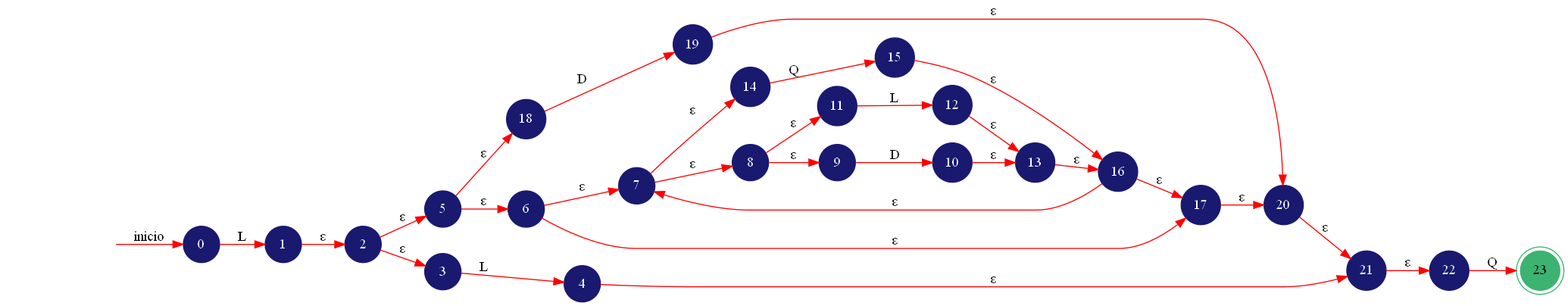
Before: src/Imagenes/AFDN.png, a diagram exported from Graphviz (SergieArizandieta/OLC1-P1-202000119). Its source is kept beside it as src/Imagenes/AFDN.dot. Its diagram source:
```dot
digraph AUTOMATA{
	rankdir=LR;
	node [shape=doublecircle, style = filled,color = mediumseagreen]; 23;
	node [shape=circle];
	node [color=midnightblue,fontcolor=white];
	edge [color=red];
	secret_node [style=invis];
	secret_node -> 0 [label="inicio"];
	0 -> 1 [label="L"];
	1 -> 2 [label="ε"];
	2 -> 5 [label="ε"];
	2 -> 3 [label="ε"];
	3 -> 4 [label="L"];
	4 -> 21 [label="ε"];
	5 -> 18 [label="ε"];
	5 -> 6 [label="ε"];
	6 -> 7 [label="ε"];
	6 -> 17 [label="ε"];
	7 -> 14 [label="ε"];
	7 -> 8 [label="ε"];
	8 -> 11 [label="ε"];
	8 -> 9 [label="ε"];
	9 -> 10 [label="D"];
	10 -> 13 [label="ε"];
	11 -> 12 [label="L"];
	12 -> 13 [label="ε"];
	13 -> 16 [label="ε"];
	14 -> 15 [label="Q"];
	15 -> 16 [label="ε"];
	16 -> 7 [label="ε"];
	16 -> 17 [label="ε"];
	17 -> 20 [label="ε"];
	18 -> 19 [label="D"];
	19 -> 20 [label="ε"];
	20 -> 21 [label="ε"];
	21 -> 22 [label="ε"];
	22 -> 23 [label="Q"];
}
```
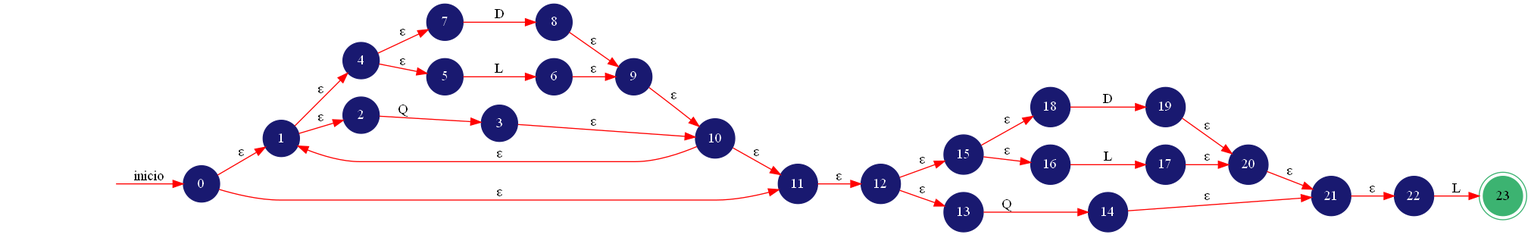
After the commit.

Change to the diagram source:
```diff
@@ -6,33 +6,33 @@
 	edge [color=red];
 	secret_node [style=invis];
 	secret_node -> 0 [label="inicio"];
-	0 -> 1 [label="L"];
+	0 -> 1 [label="ε"];
+	0 -> 11 [label="ε"];
+	1 -> 4 [label="ε"];
 	1 -> 2 [label="ε"];
-	2 -> 5 [label="ε"];
-	2 -> 3 [label="ε"];
-	3 -> 4 [label="L"];
-	4 -> 21 [label="ε"];
-	5 -> 18 [label="ε"];
-	5 -> 6 [label="ε"];
-	6 -> 7 [label="ε"];
-	6 -> 17 [label="ε"];
-	7 -> 14 [label="ε"];
-	7 -> 8 [label="ε"];
-	8 -> 11 [label="ε"];
+	2 -> 3 [label="Q"];
+	3 -> 10 [label="ε"];
+	4 -> 7 [label="ε"];
+	4 -> 5 [label="ε"];
+	5 -> 6 [label="L"];
+	6 -> 9 [label="ε"];
+	7 -> 8 [label="D"];
 	8 -> 9 [label="ε"];
-	9 -> 10 [label="D"];
-	10 -> 13 [label="ε"];
-	11 -> 12 [label="L"];
+	9 -> 10 [label="ε"];
+	10 -> 1 [label="ε"];
+	10 -> 11 [label="ε"];
+	11 -> 12 [label="ε"];
+	12 -> 15 [label="ε"];
 	12 -> 13 [label="ε"];
-	13 -> 16 [label="ε"];
-	14 -> 15 [label="Q"];
+	13 -> 14 [label="Q"];
+	14 -> 21 [label="ε"];
+	15 -> 18 [label="ε"];
 	15 -> 16 [label="ε"];
-	16 -> 7 [label="ε"];
-	16 -> 17 [label="ε"];
+	16 -> 17 [label="L"];
 	17 -> 20 [label="ε"];
 	18 -> 19 [label="D"];
 	19 -> 20 [label="ε"];
 	20 -> 21 [label="ε"];
 	21 -> 22 [label="ε"];
-	22 -> 23 [label="Q"];
+	22 -> 23 [label="L"];
 }
```
